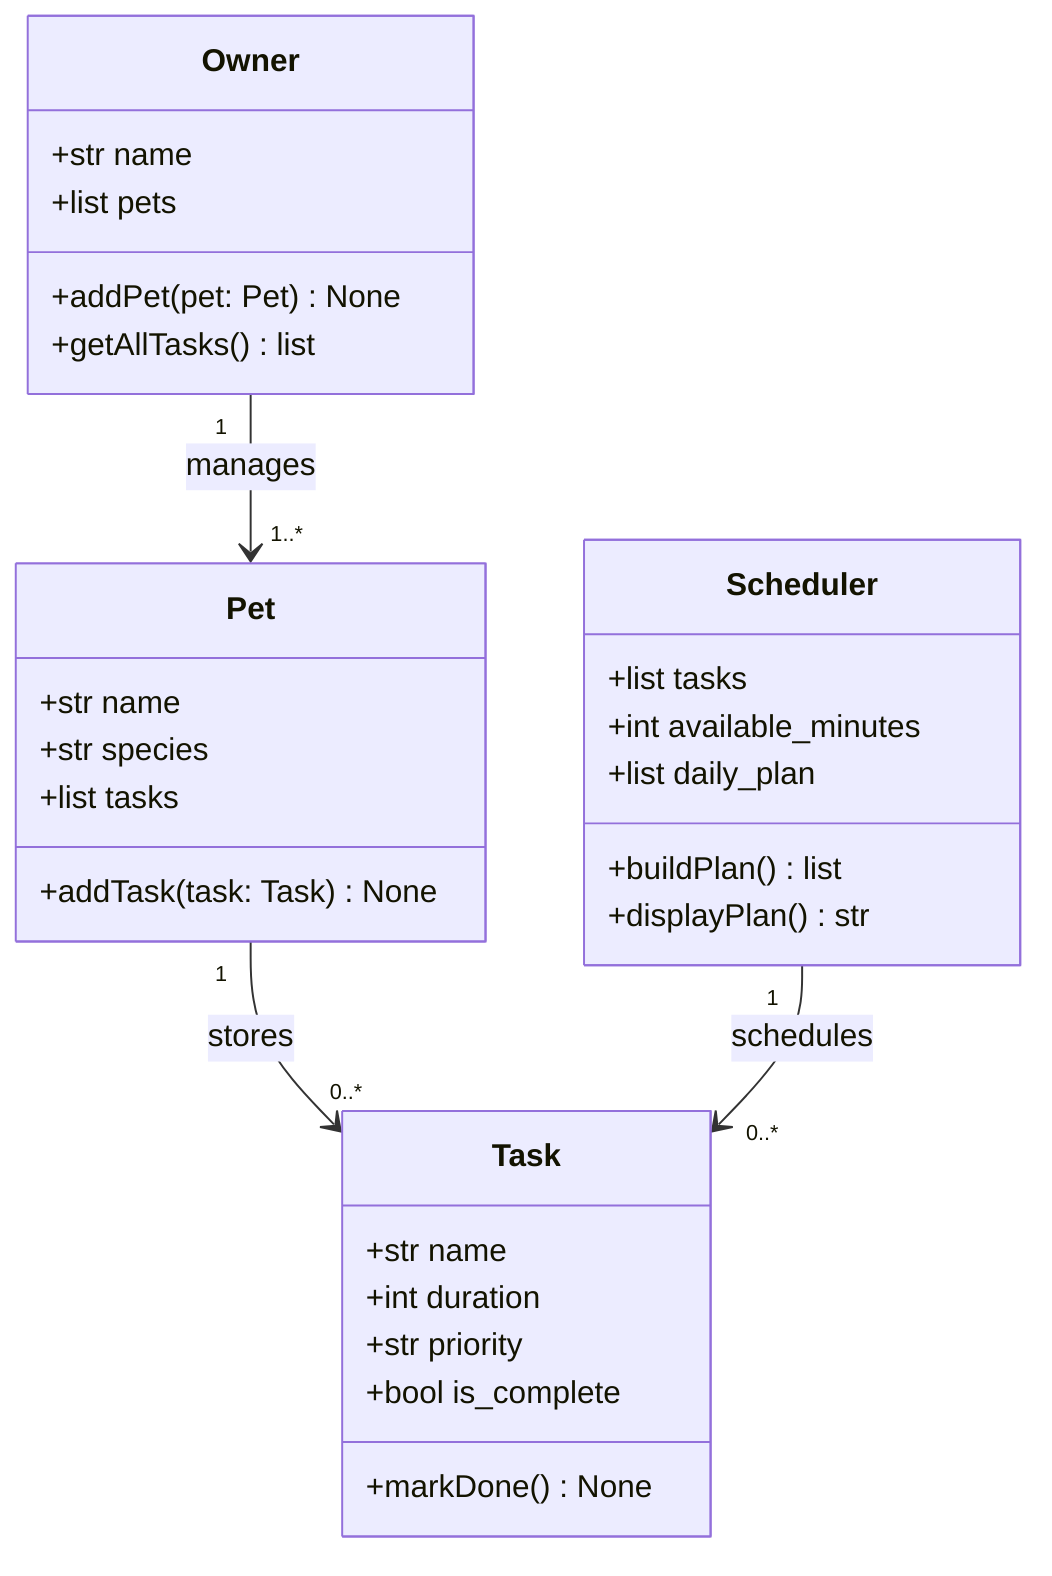
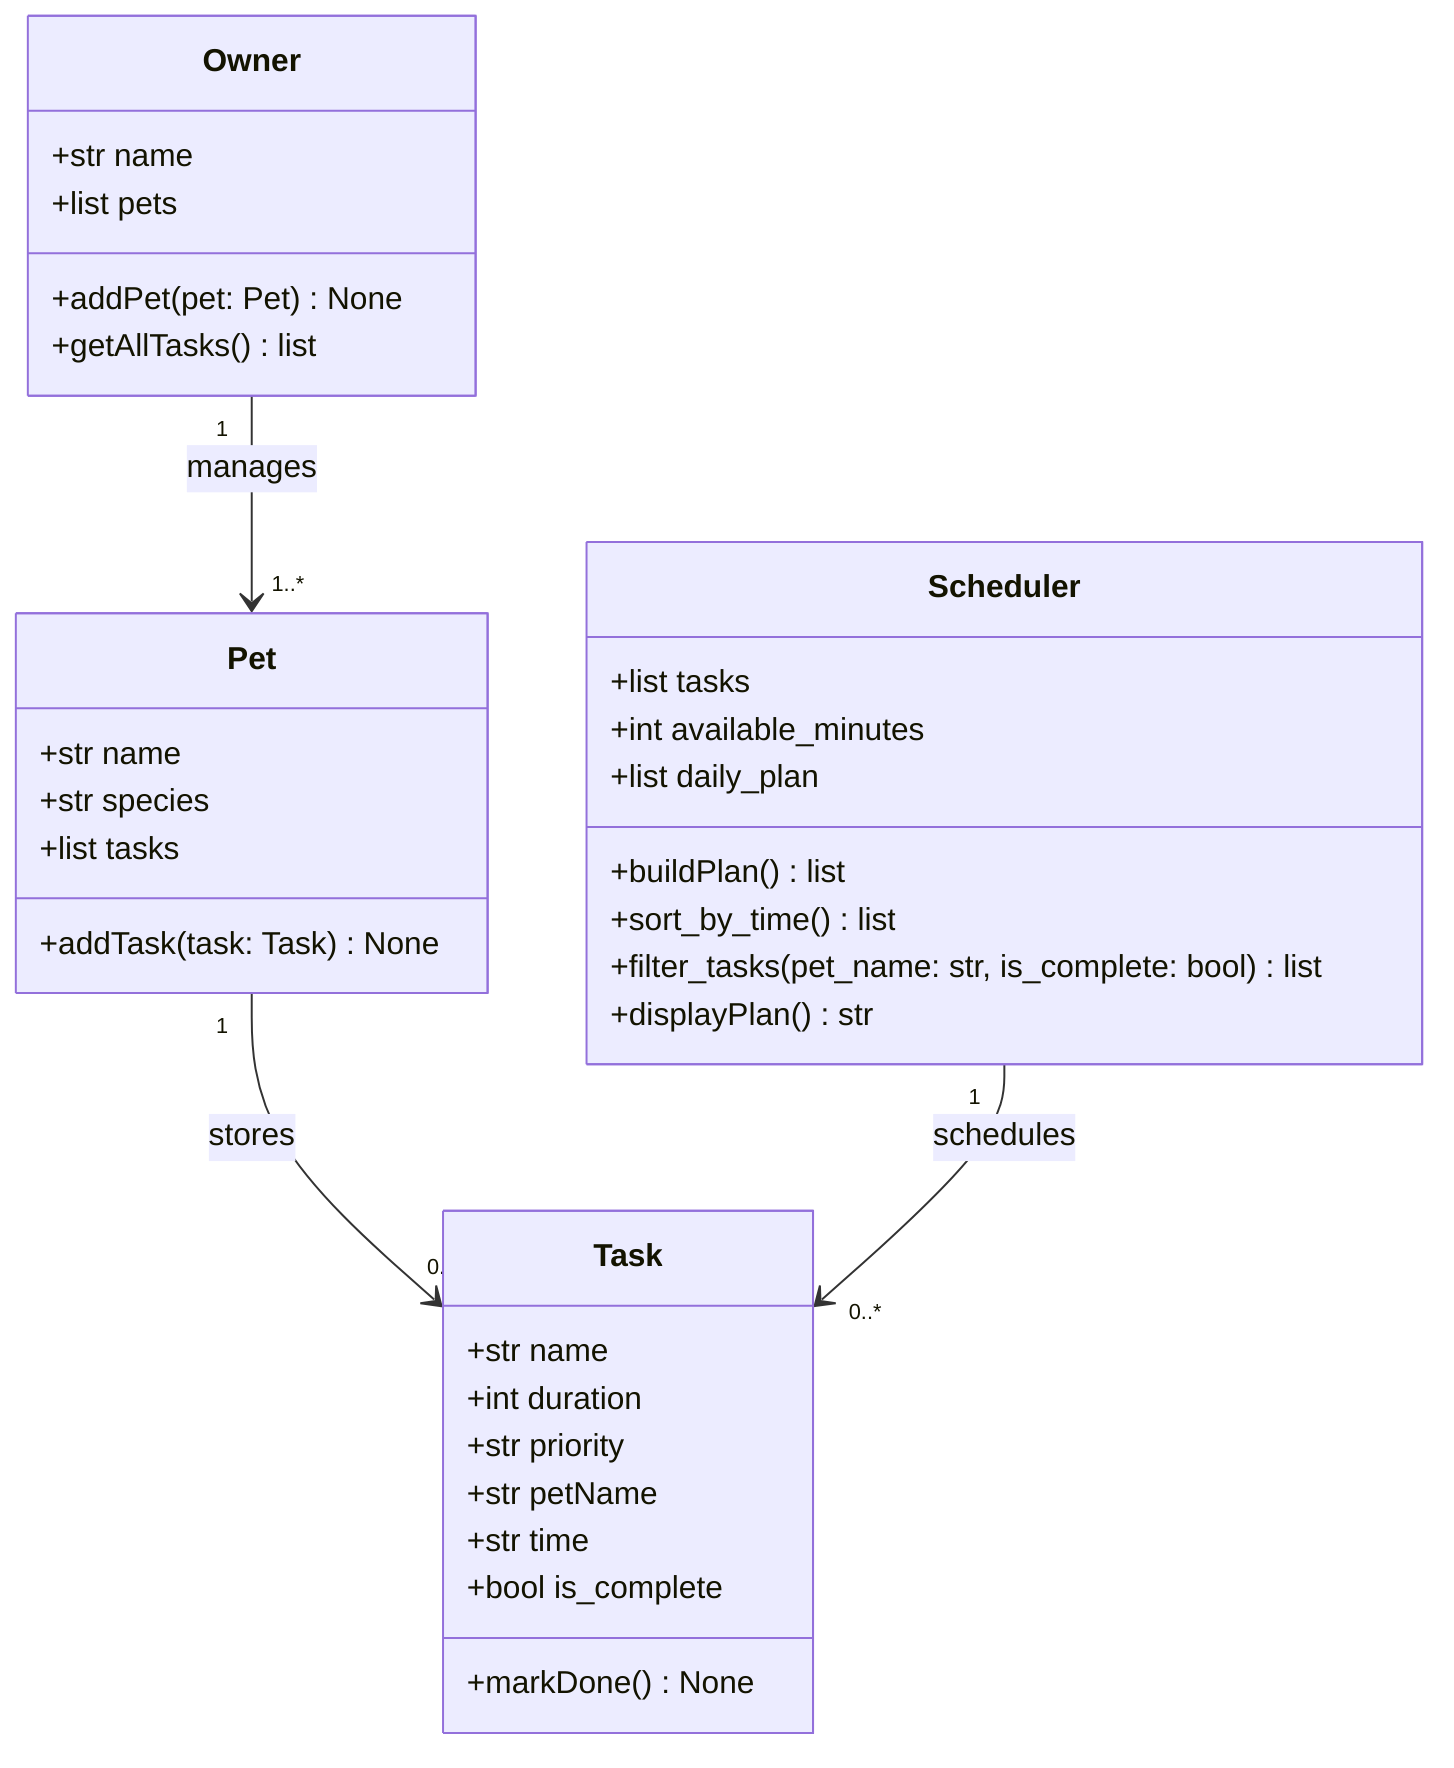
classDiagram
    class Task {
        +str name
        +int duration
        +str priority
+         +str petName
+         +str time
        +bool is_complete
        +markDone() None
    }

    class Pet {
        +str name
        +str species
        +list tasks
        +addTask(task: Task) None
    }

    class Owner {
        +str name
        +list pets
        +addPet(pet: Pet) None
        +getAllTasks() list
    }

    class Scheduler {
        +list tasks
        +int available_minutes
        +list daily_plan
        +buildPlan() list
+         +sort_by_time() list
+         +filter_tasks(pet_name: str, is_complete: bool) list
        +displayPlan() str
    }

    Pet "1" --> "0..*" Task : stores
    Owner "1" --> "1..*" Pet : manages
    Scheduler "1" --> "0..*" Task : schedules
